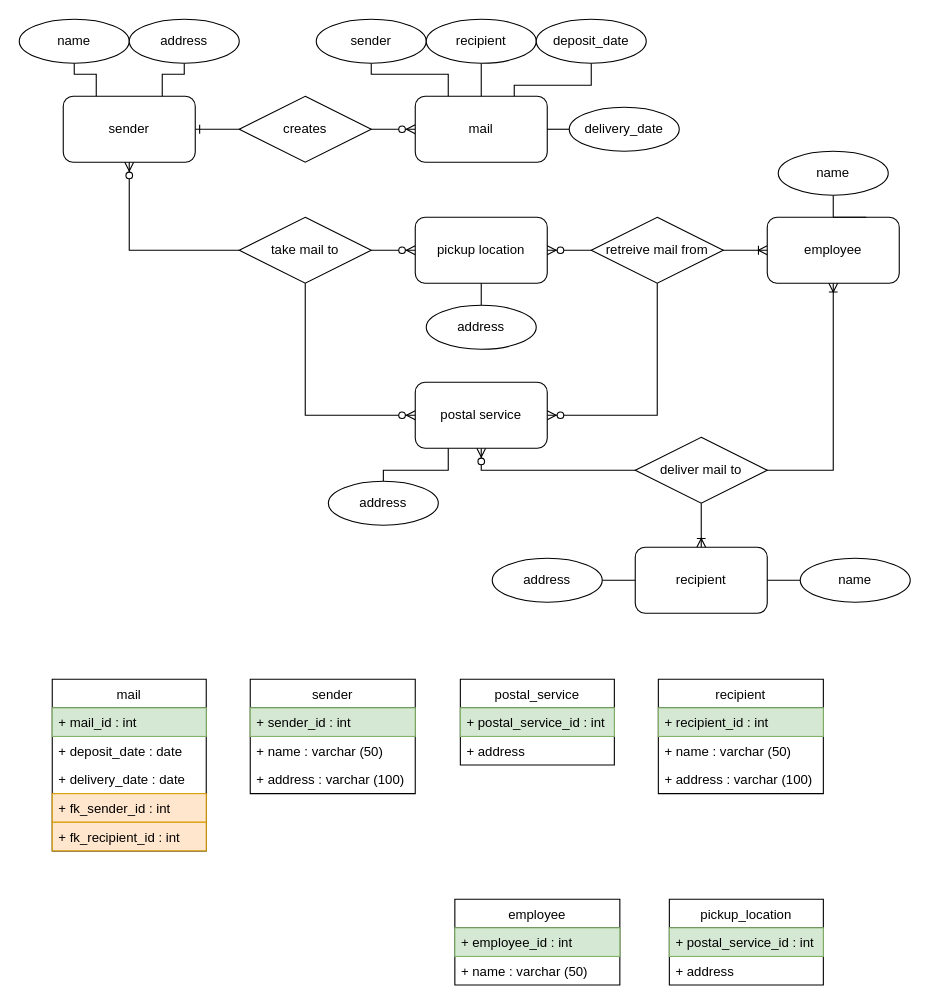
This is page "Class Diagram" (3 of 4) of postalService.drawio from Kabranlar/CFLMS-Jakob-CodeReview-09, a draw.io file, before an edit. Source tidied: cells renumbered, new cells numbered last; positions are measured from the earlier drawing's top-left corner, leaving out a move shared by most shapes. Both pictures are drawn from the tidied source at 110%, with x=0, y=0 at pixel (19, 19).
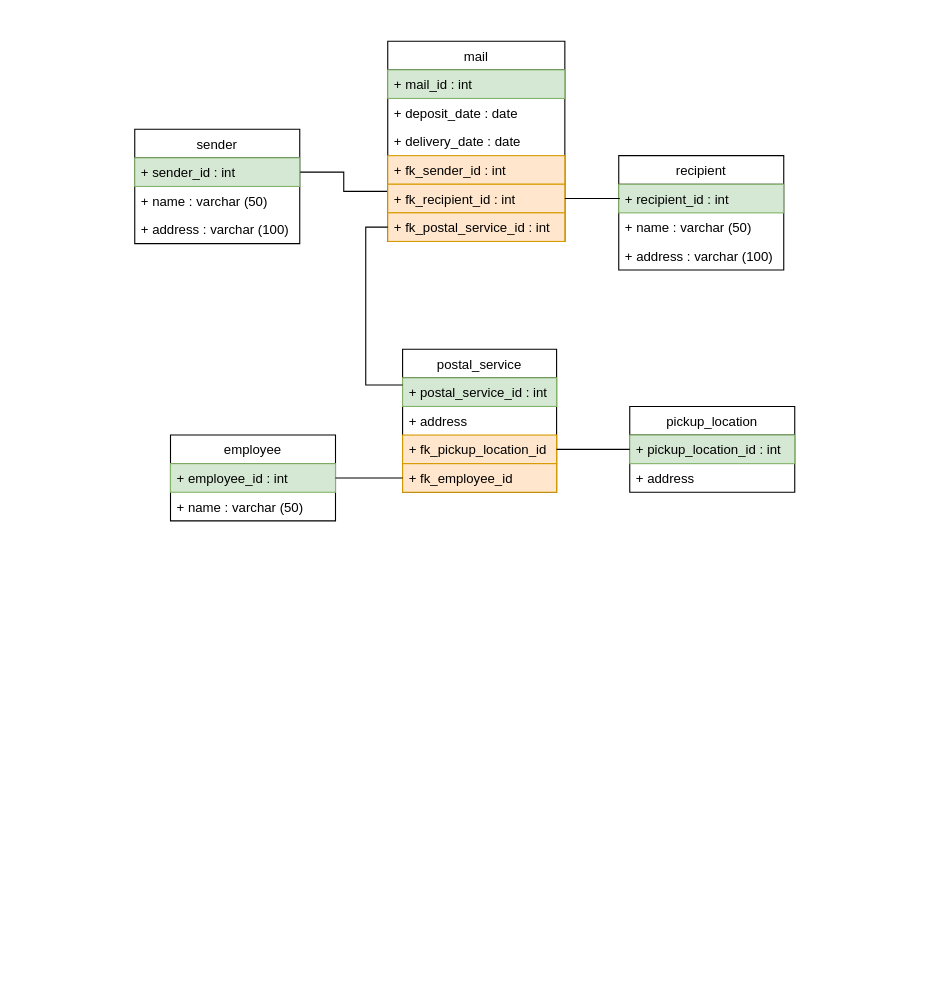
The same diagram, later.

Unchanged cells that the change refers to:
```xml
<mxCell id="9" value="+ sender_id : int" style="text;strokeColor=#82b366;fillColor=#d5e8d4;align=left;verticalAlign=top;spacingLeft=4;spacingRight=4;overflow=hidden;points=[[0,0.5],[1,0.5]];portConstraint=eastwest;" parent="8" vertex="1">
  <mxGeometry y="26" width="150" height="26" as="geometry" />
</mxCell>
```

What changed in the source:
```diff
@@
+    <mxCell id="66" style="edgeStyle=orthogonalEdgeStyle;rounded=0;jettySize=auto;html=1;exitX=0;exitY=0.75;exitDx=0;exitDy=0;entryX=1;entryY=0.5;entryDx=0;entryDy=0;startArrow=none;startFill=0;endArrow=none;endFill=0;" parent="1" edge="1" source="2" target="9">
+      <mxGeometry relative="1" as="geometry" />
+    </mxCell>
     <mxCell id="2" value="mail" style="swimlane;fontStyle=0;horizontal=1;startSize=26;fillColor=none;" parent="1" vertex="1">
-      <mxGeometry x="30" y="600" width="140" height="156" as="geometry" />
+      <mxGeometry x="335" y="20" width="161" height="182" as="geometry" />
     </mxCell>
     <mxCell id="3" value="+ mail_id : int" style="text;strokeColor=#82b366;fillColor=#d5e8d4;align=left;verticalAlign=top;spacingLeft=4;spacingRight=4;overflow=hidden;" parent="2" vertex="1">
-      <mxGeometry y="26" width="140" height="26" as="geometry" />
+      <mxGeometry y="26" width="161" height="26" as="geometry" />
     </mxCell>
     <mxCell id="4" value="+ deposit_date : date" style="text;strokeColor=none;fillColor=none;align=left;verticalAlign=top;spacingLeft=4;spacingRight=4;overflow=hidden;" parent="2" vertex="1">
-      <mxGeometry y="52" width="140" height="26" as="geometry" />
+      <mxGeometry y="52" width="161" height="26" as="geometry" />
     </mxCell>
     <mxCell id="5" value="+ delivery_date : date" style="text;strokeColor=none;fillColor=none;align=left;verticalAlign=top;spacingLeft=4;spacingRight=4;overflow=hidden;" parent="2" vertex="1">
-      <mxGeometry y="78" width="140" height="26" as="geometry" />
+      <mxGeometry y="78" width="161" height="26" as="geometry" />
     </mxCell>
     <mxCell id="6" value="+ fk_sender_id : int" style="text;strokeColor=#d79b00;fillColor=#ffe6cc;align=left;verticalAlign=top;spacingLeft=4;spacingRight=4;overflow=hidden;" parent="2" vertex="1">
-      <mxGeometry y="104" width="140" height="26" as="geometry" />
+      <mxGeometry y="104" width="161" height="26" as="geometry" />
     </mxCell>
     <mxCell id="7" value="+ fk_recipient_id : int" style="text;strokeColor=#d79b00;fillColor=#ffe6cc;align=left;verticalAlign=top;spacingLeft=4;spacingRight=4;overflow=hidden;points=[[0,0.5],[1,0.5]];portConstraint=eastwest;" parent="2" vertex="1">
-      <mxGeometry y="130" width="140" height="26" as="geometry" />
+      <mxGeometry y="130" width="161" height="26" as="geometry" />
     </mxCell>
+    <mxCell id="67" value="+ fk_postal_service_id : int" style="text;strokeColor=#d79b00;fillColor=#ffe6cc;align=left;verticalAlign=top;spacingLeft=4;spacingRight=4;overflow=hidden;points=[[0,0.5],[1,0.5]];portConstraint=eastwest;" parent="2" vertex="1">
+      <mxGeometry y="156" width="161" height="26" as="geometry" />
+    </mxCell>
     <mxCell id="8" value="sender" style="swimlane;fontStyle=0;horizontal=1;startSize=26;fillColor=none;" parent="1" vertex="1">
-      <mxGeometry x="210" y="600" width="150" height="104" as="geometry" />
+      <mxGeometry x="105" y="100" width="150" height="104" as="geometry" />
     </mxCell>
@@
     <mxCell id="12" value="postal_service" style="swimlane;fontStyle=0;horizontal=1;startSize=26;fillColor=none;" parent="1" vertex="1">
-      <mxGeometry x="401" y="600" width="140" height="78" as="geometry" />
+      <mxGeometry x="348.5" y="300" width="140" height="130" as="geometry" />
     </mxCell>
@@
+    <mxCell id="68" value="+ address" style="text;strokeColor=none;fillColor=none;align=left;verticalAlign=top;spacingLeft=4;spacingRight=4;overflow=hidden;" parent="12" vertex="1">
+      <mxGeometry y="52" width="140" height="26" as="geometry" />
+    </mxCell>
-    <mxCell id="14" value="+ address" style="text;strokeColor=none;fillColor=none;align=left;verticalAlign=top;spacingLeft=4;spacingRight=4;overflow=hidden;points=[[0,0.5],[1,0.5]];portConstraint=eastwest;" parent="12" vertex="1">
-      <mxGeometry y="52" width="140" height="26" as="geometry" />
+    <mxCell id="14" value="+ fk_pickup_location_id" style="text;strokeColor=#d79b00;fillColor=#ffe6cc;align=left;verticalAlign=top;spacingLeft=4;spacingRight=4;overflow=hidden;points=[[0,0.5],[1,0.5]];portConstraint=eastwest;" parent="12" vertex="1">
+      <mxGeometry y="78" width="140" height="26" as="geometry" />
     </mxCell>
-    <mxCell id="15" style="edgeStyle=orthogonalEdgeStyle;rounded=0;jettySize=auto;html=1;exitX=1;exitY=0.5;exitDx=0;exitDy=0;entryX=0;entryY=0.5;entryDx=0;entryDy=0;endArrow=ERzeroToMany;endFill=1;startArrow=ERone;startFill=0;" parent="1" edge="1" source="17" target="19">
-      <mxGeometry relative="1" as="geometry" />
-    </mxCell>
-    <mxCell id="16" style="edgeStyle=orthogonalEdgeStyle;rounded=0;jettySize=auto;html=1;exitX=1;exitY=0.5;exitDx=0;exitDy=0;entryX=0;entryY=0.5;entryDx=0;entryDy=0;endArrow=ERzeroToMany;endFill=1;" parent="1" edge="1" source="27" target="18">
-      <mxGeometry relative="1" as="geometry" />
-    </mxCell>
-    <mxCell id="17" value="sender" style="rounded=1;whiteSpace=wrap;html=1;" parent="1" vertex="1">
-      <mxGeometry x="40" y="70" width="120" height="60" as="geometry" />
-    </mxCell>
-    <mxCell id="18" value="pickup location" style="rounded=1;whiteSpace=wrap;html=1;" parent="1" vertex="1">
-      <mxGeometry x="360" y="180" width="120" height="60" as="geometry" />
-    </mxCell>
-    <mxCell id="19" value="mail" style="rounded=1;whiteSpace=wrap;html=1;" parent="1" vertex="1">
-      <mxGeometry x="360" y="70" width="120" height="60" as="geometry" />
-    </mxCell>
-    <mxCell id="20" style="edgeStyle=orthogonalEdgeStyle;rounded=0;jettySize=auto;html=1;exitX=0;exitY=0.5;exitDx=0;exitDy=0;entryX=1;entryY=0.5;entryDx=0;entryDy=0;endArrow=ERzeroToMany;endFill=1;startArrow=ERoneToMany;startFill=0;" parent="1" edge="1" source="22" target="18">
-      <mxGeometry relative="1" as="geometry" />
-    </mxCell>
-    <mxCell id="21" style="edgeStyle=orthogonalEdgeStyle;rounded=0;jettySize=auto;html=1;exitX=0.5;exitY=1;exitDx=0;exitDy=0;entryX=0.5;entryY=1;entryDx=0;entryDy=0;endArrow=ERzeroToMany;endFill=1;startArrow=ERoneToMany;startFill=0;" parent="1" edge="1" source="22" target="23">
-      <mxGeometry relative="1" as="geometry" />
-    </mxCell>
-    <mxCell id="22" value="employee" style="rounded=1;whiteSpace=wrap;html=1;" parent="1" vertex="1">
-      <mxGeometry x="680" y="180" width="120" height="60" as="geometry" />
-    </mxCell>
-    <mxCell id="23" value="postal service" style="rounded=1;whiteSpace=wrap;html=1;" parent="1" vertex="1">
-      <mxGeometry x="360" y="330" width="120" height="60" as="geometry" />
-    </mxCell>
-    <mxCell id="24" value="recipient" style="rounded=1;whiteSpace=wrap;html=1;" parent="1" vertex="1">
-      <mxGeometry x="560" y="480" width="120" height="60" as="geometry" />
-    </mxCell>
-    <mxCell id="25" value="creates" style="shape=rhombus;perimeter=rhombusPerimeter;whiteSpace=wrap;html=1;align=center;" parent="1" vertex="1">
-      <mxGeometry x="200" y="70" width="120" height="60" as="geometry" />
-    </mxCell>
-    <mxCell id="26" style="edgeStyle=orthogonalEdgeStyle;rounded=0;jettySize=auto;html=1;exitX=0.5;exitY=1;exitDx=0;exitDy=0;entryX=0;entryY=0.5;entryDx=0;entryDy=0;endArrow=ERzeroToMany;endFill=1;" parent="1" edge="1" source="27" target="23">
-      <mxGeometry relative="1" as="geometry" />
-    </mxCell>
-    <mxCell id="27" value="take mail to" style="shape=rhombus;perimeter=rhombusPerimeter;whiteSpace=wrap;html=1;align=center;" parent="1" vertex="1">
-      <mxGeometry x="200" y="180" width="120" height="60" as="geometry" />
-    </mxCell>
-    <mxCell id="28" style="edgeStyle=orthogonalEdgeStyle;rounded=0;jettySize=auto;html=1;exitX=0.5;exitY=1;exitDx=0;exitDy=0;entryX=0;entryY=0.5;entryDx=0;entryDy=0;endArrow=none;endFill=0;startArrow=ERzeroToMany;startFill=1;" parent="1" edge="1" source="17" target="27">
-      <mxGeometry relative="1" as="geometry" />
-    </mxCell>
-    <mxCell id="29" style="edgeStyle=orthogonalEdgeStyle;rounded=0;jettySize=auto;html=1;exitX=0.5;exitY=1;exitDx=0;exitDy=0;entryX=1;entryY=0.5;entryDx=0;entryDy=0;endArrow=ERzeroToMany;endFill=1;" parent="1" edge="1" source="30" target="23">
-      <mxGeometry relative="1" as="geometry" />
-    </mxCell>
-    <mxCell id="30" value="retreive mail from" style="shape=rhombus;perimeter=rhombusPerimeter;whiteSpace=wrap;html=1;align=center;" parent="1" vertex="1">
-      <mxGeometry x="520" y="180" width="120" height="60" as="geometry" />
-    </mxCell>
-    <mxCell id="31" style="edgeStyle=orthogonalEdgeStyle;rounded=0;jettySize=auto;html=1;exitX=0.5;exitY=1;exitDx=0;exitDy=0;entryX=0.5;entryY=0;entryDx=0;entryDy=0;endArrow=ERoneToMany;endFill=0;" parent="1" edge="1" source="32" target="24">
-      <mxGeometry relative="1" as="geometry" />
-    </mxCell>
-    <mxCell id="32" value="deliver mail to" style="shape=rhombus;perimeter=rhombusPerimeter;whiteSpace=wrap;html=1;align=center;" parent="1" vertex="1">
-      <mxGeometry x="560" y="380" width="120" height="60" as="geometry" />
-    </mxCell>
-    <mxCell id="33" style="edgeStyle=orthogonalEdgeStyle;rounded=0;jettySize=auto;html=1;exitX=0.5;exitY=1;exitDx=0;exitDy=0;entryX=0.25;entryY=0;entryDx=0;entryDy=0;startArrow=none;startFill=0;endArrow=none;endFill=0;" parent="1" edge="1" source="34" target="17">
-      <mxGeometry relative="1" as="geometry">
-        <Array as="points">
-          <mxPoint x="50" y="50" />
-          <mxPoint x="70" y="50" />
-        </Array>
-      </mxGeometry>
-    </mxCell>
-    <mxCell id="34" value="name" style="ellipse;whiteSpace=wrap;html=1;align=center;" parent="1" vertex="1">
-      <mxGeometry width="100" height="40" as="geometry" />
-    </mxCell>
-    <mxCell id="35" style="edgeStyle=orthogonalEdgeStyle;rounded=0;jettySize=auto;html=1;exitX=0.5;exitY=1;exitDx=0;exitDy=0;entryX=0.75;entryY=0;entryDx=0;entryDy=0;startArrow=none;startFill=0;endArrow=none;endFill=0;" parent="1" edge="1" source="36" target="17">
-      <mxGeometry relative="1" as="geometry">
-        <Array as="points">
-          <mxPoint x="150" y="50" />
-          <mxPoint x="130" y="50" />
-        </Array>
-      </mxGeometry>
-    </mxCell>
-    <mxCell id="36" value="address" style="ellipse;whiteSpace=wrap;html=1;align=center;" parent="1" vertex="1">
-      <mxGeometry x="100" width="100" height="40" as="geometry" />
-    </mxCell>
-    <mxCell id="37" style="edgeStyle=orthogonalEdgeStyle;rounded=0;jettySize=auto;html=1;exitX=0.5;exitY=1;exitDx=0;exitDy=0;entryX=0.25;entryY=0;entryDx=0;entryDy=0;startArrow=none;startFill=0;endArrow=none;endFill=0;" parent="1" edge="1" source="38" target="19">
-      <mxGeometry relative="1" as="geometry">
-        <Array as="points">
-          <mxPoint x="320" y="50" />
-          <mxPoint x="390" y="50" />
-        </Array>
-      </mxGeometry>
-    </mxCell>
-    <mxCell id="38" value="sender" style="ellipse;whiteSpace=wrap;html=1;align=center;" parent="1" vertex="1">
-      <mxGeometry x="270" width="100" height="40" as="geometry" />
-    </mxCell>
-    <mxCell id="39" style="edgeStyle=orthogonalEdgeStyle;rounded=0;jettySize=auto;html=1;exitX=0.5;exitY=1;exitDx=0;exitDy=0;entryX=0.5;entryY=0;entryDx=0;entryDy=0;startArrow=none;startFill=0;endArrow=none;endFill=0;" parent="1" edge="1" source="40" target="19">
-      <mxGeometry relative="1" as="geometry">
-        <Array as="points">
-          <mxPoint x="420" y="50" />
-          <mxPoint x="420" y="50" />
-        </Array>
-      </mxGeometry>
-    </mxCell>
-    <mxCell id="40" value="recipient" style="ellipse;whiteSpace=wrap;html=1;align=center;" parent="1" vertex="1">
-      <mxGeometry x="370" width="100" height="40" as="geometry" />
-    </mxCell>
-    <mxCell id="41" style="edgeStyle=orthogonalEdgeStyle;rounded=0;jettySize=auto;html=1;exitX=0.5;exitY=1;exitDx=0;exitDy=0;entryX=0.75;entryY=0;entryDx=0;entryDy=0;startArrow=none;startFill=0;endArrow=none;endFill=0;" parent="1" edge="1" source="42" target="19">
-      <mxGeometry relative="1" as="geometry">
-        <Array as="points">
-          <mxPoint x="520" y="60" />
-          <mxPoint x="450" y="60" />
-        </Array>
-      </mxGeometry>
-    </mxCell>
-    <mxCell id="42" value="deposit_date" style="ellipse;whiteSpace=wrap;html=1;align=center;" parent="1" vertex="1">
-      <mxGeometry x="470" width="100" height="40" as="geometry" />
-    </mxCell>
-    <mxCell id="43" style="edgeStyle=orthogonalEdgeStyle;rounded=0;jettySize=auto;html=1;exitX=0;exitY=0.5;exitDx=0;exitDy=0;entryX=1;entryY=0.5;entryDx=0;entryDy=0;startArrow=none;startFill=0;endArrow=none;endFill=0;" parent="1" edge="1" source="44" target="19">
-      <mxGeometry relative="1" as="geometry" />
-    </mxCell>
-    <mxCell id="44" value="delivery_date" style="ellipse;whiteSpace=wrap;html=1;align=center;" parent="1" vertex="1">
-      <mxGeometry x="500" y="80" width="100" height="40" as="geometry" />
-    </mxCell>
-    <mxCell id="45" style="edgeStyle=orthogonalEdgeStyle;rounded=0;jettySize=auto;html=1;exitX=0.5;exitY=1;exitDx=0;exitDy=0;startArrow=none;startFill=0;endArrow=none;endFill=0;" parent="1" edge="1" source="46">
-      <mxGeometry relative="1" as="geometry">
-        <mxPoint x="740" y="180" as="targetPoint" />
-      </mxGeometry>
-    </mxCell>
-    <mxCell id="46" value="name" style="ellipse;whiteSpace=wrap;html=1;align=center;" parent="1" vertex="1">
-      <mxGeometry x="690" y="120" width="100" height="40" as="geometry" />
-    </mxCell>
-    <mxCell id="47" style="edgeStyle=orthogonalEdgeStyle;rounded=0;orthogonalLoop=1;jettySize=auto;html=1;exitX=0.75;exitY=0;exitDx=0;exitDy=0;entryX=0.5;entryY=0;entryDx=0;entryDy=0;startArrow=none;startFill=0;endArrow=none;endFill=0;" parent="1" edge="1" source="22" target="22">
-      <mxGeometry relative="1" as="geometry" />
-    </mxCell>
-    <mxCell id="48" style="edgeStyle=orthogonalEdgeStyle;rounded=0;jettySize=auto;html=1;exitX=0.5;exitY=0;exitDx=0;exitDy=0;entryX=0.5;entryY=1;entryDx=0;entryDy=0;startArrow=none;startFill=0;endArrow=none;endFill=0;" parent="1" edge="1" source="49" target="18">
-      <mxGeometry relative="1" as="geometry" />
-    </mxCell>
-    <mxCell id="49" value="address" style="ellipse;whiteSpace=wrap;html=1;align=center;" parent="1" vertex="1">
-      <mxGeometry x="370" y="260" width="100" height="40" as="geometry" />
-    </mxCell>
-    <mxCell id="50" style="edgeStyle=orthogonalEdgeStyle;rounded=0;jettySize=auto;html=1;exitX=0;exitY=0.5;exitDx=0;exitDy=0;entryX=1;entryY=0.5;entryDx=0;entryDy=0;startArrow=none;startFill=0;endArrow=none;endFill=0;" parent="1" edge="1" source="51" target="24">
-      <mxGeometry relative="1" as="geometry" />
-    </mxCell>
-    <mxCell id="51" value="name" style="ellipse;whiteSpace=wrap;html=1;align=center;" parent="1" vertex="1">
-      <mxGeometry x="710" y="490" width="100" height="40" as="geometry" />
-    </mxCell>
-    <mxCell id="52" style="edgeStyle=orthogonalEdgeStyle;rounded=0;jettySize=auto;html=1;exitX=1;exitY=0.5;exitDx=0;exitDy=0;entryX=0;entryY=0.5;entryDx=0;entryDy=0;startArrow=none;startFill=0;endArrow=none;endFill=0;" parent="1" edge="1" source="53" target="24">
-      <mxGeometry relative="1" as="geometry" />
-    </mxCell>
-    <mxCell id="53" value="address" style="ellipse;whiteSpace=wrap;html=1;align=center;" parent="1" vertex="1">
-      <mxGeometry x="430" y="490" width="100" height="40" as="geometry" />
-    </mxCell>
-    <mxCell id="54" style="edgeStyle=orthogonalEdgeStyle;rounded=0;jettySize=auto;html=1;exitX=0.5;exitY=0;exitDx=0;exitDy=0;entryX=0.25;entryY=1;entryDx=0;entryDy=0;startArrow=none;startFill=0;endArrow=none;endFill=0;" parent="1" edge="1" source="55" target="23">
-      <mxGeometry relative="1" as="geometry">
-        <Array as="points">
-          <mxPoint x="331" y="410" />
-          <mxPoint x="390" y="410" />
-        </Array>
-      </mxGeometry>
-    </mxCell>
-    <mxCell id="55" value="address" style="ellipse;whiteSpace=wrap;html=1;align=center;" parent="1" vertex="1">
-      <mxGeometry x="281" y="420" width="100" height="40" as="geometry" />
-    </mxCell>
+    <mxCell id="69" value="+ fk_employee_id" style="text;strokeColor=#d79b00;fillColor=#ffe6cc;align=left;verticalAlign=top;spacingLeft=4;spacingRight=4;overflow=hidden;points=[[0,0.5],[1,0.5]];portConstraint=eastwest;" parent="12" vertex="1">
+      <mxGeometry y="104" width="140" height="26" as="geometry" />
+    </mxCell>
     <mxCell id="56" value="recipient" style="swimlane;fontStyle=0;horizontal=1;startSize=26;fillColor=none;" parent="1" vertex="1">
-      <mxGeometry x="581" y="600" width="150" height="104" as="geometry" />
+      <mxGeometry x="545" y="124" width="150" height="104" as="geometry" />
     </mxCell>
@@
     <mxCell id="60" value="employee" style="swimlane;fontStyle=0;horizontal=1;startSize=26;fillColor=none;" parent="1" vertex="1">
-      <mxGeometry x="396" y="800" width="150" height="78" as="geometry" />
+      <mxGeometry x="137.5" y="378" width="150" height="78" as="geometry" />
     </mxCell>
@@
     <mxCell id="63" value="pickup_location" style="swimlane;fontStyle=0;horizontal=1;startSize=26;fillColor=none;" parent="1" vertex="1">
-      <mxGeometry x="591" y="800" width="140" height="78" as="geometry" />
+      <mxGeometry x="555" y="352" width="150" height="78" as="geometry" />
     </mxCell>
-    <mxCell id="64" value="+ postal_service_id : int" style="text;strokeColor=#82b366;fillColor=#d5e8d4;align=left;verticalAlign=top;spacingLeft=4;spacingRight=4;overflow=hidden;points=[[0,0.5],[1,0.5]];portConstraint=eastwest;" parent="63" vertex="1">
-      <mxGeometry y="26" width="140" height="26" as="geometry" />
+    <mxCell id="64" value="+ pickup_location_id : int" style="text;strokeColor=#82b366;fillColor=#d5e8d4;align=left;verticalAlign=top;spacingLeft=4;spacingRight=4;overflow=hidden;points=[[0,0.5],[1,0.5]];portConstraint=eastwest;" parent="63" vertex="1">
+      <mxGeometry y="26" width="150" height="26" as="geometry" />
     </mxCell>
     <mxCell id="65" value="+ address" style="text;strokeColor=none;fillColor=none;align=left;verticalAlign=top;spacingLeft=4;spacingRight=4;overflow=hidden;" parent="63" vertex="1">
-      <mxGeometry y="52" width="140" height="26" as="geometry" />
+      <mxGeometry y="52" width="150" height="26" as="geometry" />
     </mxCell>
+    <mxCell id="70" style="edgeStyle=orthogonalEdgeStyle;rounded=0;jettySize=auto;html=1;exitX=1;exitY=0.5;exitDx=0;exitDy=0;entryX=0;entryY=0.5;entryDx=0;entryDy=0;startArrow=none;startFill=0;endArrow=none;endFill=0;" parent="1" edge="1" source="14" target="64">
+      <mxGeometry relative="1" as="geometry" />
+    </mxCell>
+    <mxCell id="71" style="edgeStyle=orthogonalEdgeStyle;rounded=0;jettySize=auto;html=1;exitX=0;exitY=0.5;exitDx=0;exitDy=0;entryX=1;entryY=0.5;entryDx=0;entryDy=0;startArrow=none;startFill=0;endArrow=none;endFill=0;" parent="1" edge="1" source="69" target="60">
+      <mxGeometry relative="1" as="geometry" />
+    </mxCell>
+    <mxCell id="72" style="edgeStyle=orthogonalEdgeStyle;rounded=0;jettySize=auto;html=1;exitX=1;exitY=0.5;exitDx=0;exitDy=0;startArrow=none;startFill=0;endArrow=none;endFill=0;" parent="1" edge="1" source="7">
+      <mxGeometry relative="1" as="geometry">
+        <mxPoint x="546" y="163" as="targetPoint" />
+      </mxGeometry>
+    </mxCell>
+    <mxCell id="73" style="edgeStyle=orthogonalEdgeStyle;rounded=0;jettySize=auto;html=1;exitX=0;exitY=0.5;exitDx=0;exitDy=0;entryX=0;entryY=0.25;entryDx=0;entryDy=0;startArrow=none;startFill=0;endArrow=none;endFill=0;" parent="1" edge="1" source="67" target="12">
+      <mxGeometry relative="1" as="geometry" />
+    </mxCell>
```
